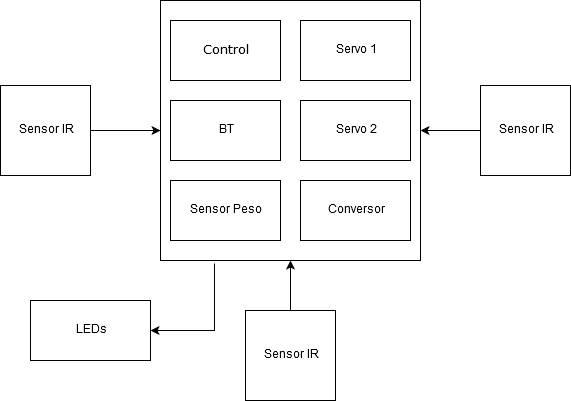
Before: Diagramas/DiagramaFisico.png, a diagram exported from draw.io (OriaJoaquin/X3). Source tidied: cells renumbered, new cells last; positions are measured from the earlier drawing's top-left corner, leaving out a move shared by most shapes.
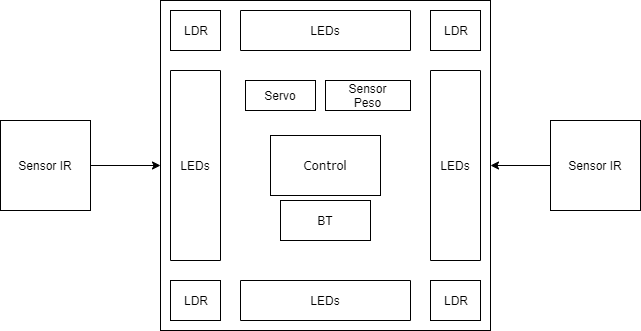
After the change.

Diff of the diagram source:
```diff
@@ -3,61 +3,76 @@
     <mxCell id="0" />
     <mxCell id="1" parent="0" />
     <mxCell id="2" style="whiteSpace=wrap;html=1;imageAspect=1;" parent="1" vertex="1">
-      <mxGeometry x="160" width="260" height="260" as="geometry" />
+      <mxGeometry x="160" width="330" height="330" as="geometry" />
     </mxCell>
     <mxCell id="3" style="edgeStyle=orthogonalEdgeStyle;rounded=0;jettySize=auto;html=1;entryX=1;entryY=0.5;entryDx=0;entryDy=0;" parent="1" edge="1" source="4" target="2">
       <mxGeometry relative="1" as="geometry" />
     </mxCell>
     <mxCell id="4" value="Sensor IR" style="whiteSpace=wrap;html=1;imageAspect=0;" parent="1" vertex="1">
-      <mxGeometry x="480" y="85" width="90" height="90" as="geometry" />
+      <mxGeometry x="550" y="120" width="90" height="90" as="geometry" />
     </mxCell>
     <mxCell id="5" style="rounded=0;whiteSpace=wrap;html=1;" parent="1" vertex="1">
-      <mxGeometry x="170" y="20" width="110" height="60" as="geometry" />
+      <mxGeometry x="270" y="135" width="110" height="60" as="geometry" />
     </mxCell>
-    <mxCell id="6" style="rounded=0;whiteSpace=wrap;html=1;" parent="1" vertex="1">
-      <mxGeometry x="300" y="20" width="110" height="60" as="geometry" />
+    <mxCell id="6" style="rounded=0;whiteSpace=wrap;html=1;imageWidth=24;" parent="1" vertex="1">
+      <mxGeometry x="430" y="280" width="50" height="40" as="geometry" />
     </mxCell>
     <mxCell id="7" style="rounded=0;whiteSpace=wrap;html=1;" parent="1" vertex="1">
-      <mxGeometry x="170" y="100" width="110" height="60" as="geometry" />
+      <mxGeometry x="280" y="200" width="90" height="40" as="geometry" />
     </mxCell>
-    <mxCell id="8" value="Servo 2" style="rounded=0;whiteSpace=wrap;html=1;" parent="1" vertex="1">
-      <mxGeometry x="300" y="100" width="110" height="60" as="geometry" />
+    <mxCell id="8" value="Servo" style="rounded=0;whiteSpace=wrap;html=1;" parent="1" vertex="1">
+      <mxGeometry x="245" y="80" width="70" height="30" as="geometry" />
     </mxCell>
     <mxCell id="9" style="rounded=0;whiteSpace=wrap;html=1;" parent="1" vertex="1">
-      <mxGeometry x="170" y="180" width="110" height="60" as="geometry" />
+      <mxGeometry x="325" y="80" width="85" height="30" as="geometry" />
     </mxCell>
-    <mxCell id="10" value="Conversor" style="rounded=0;whiteSpace=wrap;html=1;" parent="1" vertex="1">
-      <mxGeometry x="300" y="180" width="110" height="60" as="geometry" />
-    </mxCell>
     <mxCell id="11" value="&lt;font face=&quot;Verdana&quot;&gt;Control&lt;/font&gt;" style="text;html=1;strokeColor=none;fillColor=none;align=center;verticalAlign=middle;whiteSpace=wrap;rounded=0;" parent="1" vertex="1">
-      <mxGeometry x="180" y="30" width="90" height="40" as="geometry" />
+      <mxGeometry x="280" y="145" width="90" height="40" as="geometry" />
     </mxCell>
     <mxCell id="12" value="BT" style="text;html=1;strokeColor=none;fillColor=none;align=center;verticalAlign=middle;whiteSpace=wrap;rounded=0;" parent="1" vertex="1">
-      <mxGeometry x="180" y="110" width="90" height="40" as="geometry" />
+      <mxGeometry x="290" y="210" width="70" height="20" as="geometry" />
     </mxCell>
     <mxCell id="13" value="Sensor Peso" style="text;html=1;strokeColor=none;fillColor=none;align=center;verticalAlign=middle;whiteSpace=wrap;rounded=0;" parent="1" vertex="1">
-      <mxGeometry x="180" y="190" width="90" height="40" as="geometry" />
+      <mxGeometry x="335" y="90" width="65" height="10" as="geometry" />
     </mxCell>
-    <mxCell id="14" value="Servo 1" style="text;html=1;strokeColor=none;fillColor=none;align=center;verticalAlign=middle;whiteSpace=wrap;rounded=0;" parent="1" vertex="1">
-      <mxGeometry x="310" y="30" width="90" height="40" as="geometry" />
+    <mxCell id="14" value="LDR" style="text;html=1;strokeColor=none;fillColor=none;align=center;verticalAlign=middle;whiteSpace=wrap;rounded=0;imageWidth=24;" parent="1" vertex="1">
+      <mxGeometry x="420" y="290" width="70" height="20" as="geometry" />
     </mxCell>
     <mxCell id="15" style="edgeStyle=orthogonalEdgeStyle;rounded=0;jettySize=auto;html=1;entryX=0;entryY=0.5;entryDx=0;entryDy=0;" parent="1" edge="1" source="16" target="2">
       <mxGeometry relative="1" as="geometry" />
     </mxCell>
     <mxCell id="16" value="Sensor IR" style="whiteSpace=wrap;html=1;imageAspect=0;" parent="1" vertex="1">
-      <mxGeometry y="85" width="90" height="90" as="geometry" />
+      <mxGeometry y="120" width="90" height="90" as="geometry" />
     </mxCell>
-    <mxCell id="17" style="edgeStyle=orthogonalEdgeStyle;rounded=0;jettySize=auto;html=1;entryX=0.5;entryY=1;entryDx=0;entryDy=0;" parent="1" edge="1" source="18" target="2">
-      <mxGeometry relative="1" as="geometry" />
-    </mxCell>
-    <mxCell id="18" value="Sensor IR" style="whiteSpace=wrap;html=1;imageAspect=0;" parent="1" vertex="1">
-      <mxGeometry x="245" y="310" width="90" height="90" as="geometry" />
-    </mxCell>
-    <mxCell id="19" style="edgeStyle=orthogonalEdgeStyle;rounded=0;jettySize=auto;html=1;entryX=0.208;entryY=1.012;entryDx=0;entryDy=0;entryPerimeter=0;endArrow=none;endFill=0;startArrow=classic;startFill=1;" parent="1" edge="1" source="20" target="2">
-      <mxGeometry relative="1" as="geometry" />
-    </mxCell>
-    <mxCell id="20" value="LEDs" style="rounded=0;whiteSpace=wrap;html=1;" parent="1" vertex="1">
-      <mxGeometry x="30" y="300" width="120" height="60" as="geometry" />
+    <mxCell id="20" value="LEDs" style="rounded=0;whiteSpace=wrap;html=1;direction=south;" parent="1" vertex="1">
+      <mxGeometry x="430" y="70" width="50" height="190" as="geometry" />
     </mxCell>
+    <mxCell id="21" style="rounded=0;whiteSpace=wrap;html=1;imageWidth=24;" parent="1" vertex="1">
+      <mxGeometry x="430" y="10" width="50" height="40" as="geometry" />
+    </mxCell>
+    <mxCell id="22" value="LDR" style="text;html=1;strokeColor=none;fillColor=none;align=center;verticalAlign=middle;whiteSpace=wrap;rounded=0;imageWidth=24;" parent="1" vertex="1">
+      <mxGeometry x="420" y="20" width="70" height="20" as="geometry" />
+    </mxCell>
+    <mxCell id="23" style="rounded=0;whiteSpace=wrap;html=1;imageWidth=24;" parent="1" vertex="1">
+      <mxGeometry x="170" y="280" width="50" height="40" as="geometry" />
+    </mxCell>
+    <mxCell id="24" value="LDR" style="text;html=1;strokeColor=none;fillColor=none;align=center;verticalAlign=middle;whiteSpace=wrap;rounded=0;imageWidth=24;" parent="1" vertex="1">
+      <mxGeometry x="160" y="290" width="70" height="20" as="geometry" />
+    </mxCell>
+    <mxCell id="25" style="rounded=0;whiteSpace=wrap;html=1;imageWidth=24;" parent="1" vertex="1">
+      <mxGeometry x="170" y="10" width="50" height="40" as="geometry" />
+    </mxCell>
+    <mxCell id="26" value="LDR" style="text;html=1;strokeColor=none;fillColor=none;align=center;verticalAlign=middle;whiteSpace=wrap;rounded=0;imageWidth=24;" parent="1" vertex="1">
+      <mxGeometry x="160" y="20" width="70" height="20" as="geometry" />
+    </mxCell>
+    <mxCell id="27" value="LEDs" style="rounded=0;whiteSpace=wrap;html=1;direction=south;" parent="1" vertex="1">
+      <mxGeometry x="170" y="70" width="50" height="190" as="geometry" />
+    </mxCell>
+    <mxCell id="28" value="LEDs" style="rounded=0;whiteSpace=wrap;html=1;direction=south;" parent="1" vertex="1">
+      <mxGeometry x="240" y="10" width="170" height="40" as="geometry" />
+    </mxCell>
+    <mxCell id="29" value="LEDs" style="rounded=0;whiteSpace=wrap;html=1;direction=south;" parent="1" vertex="1">
+      <mxGeometry x="240" y="280" width="170" height="40" as="geometry" />
+    </mxCell>
   </root>
 </mxGraphModel>
```
